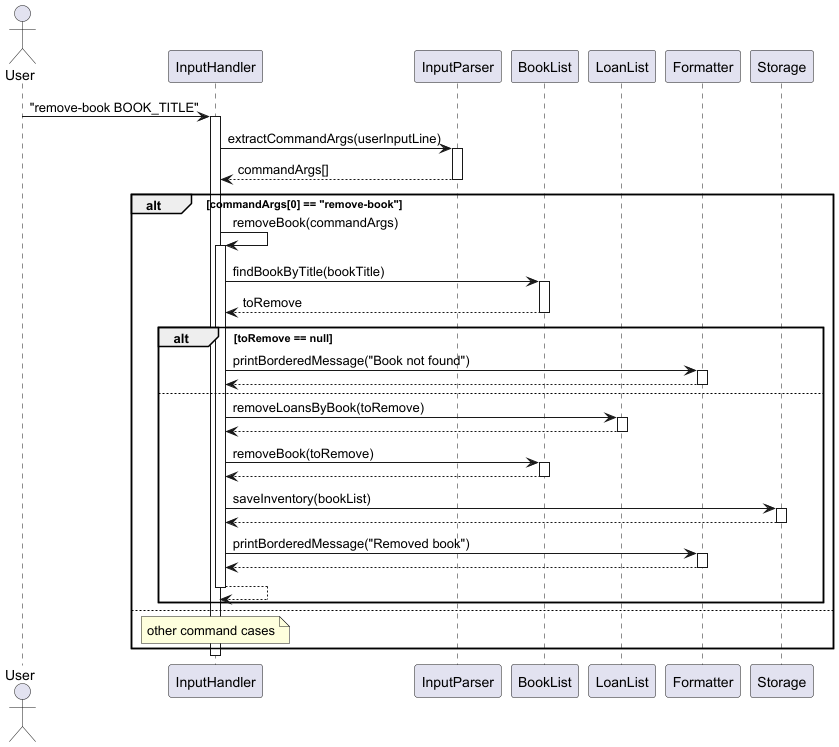
AY2425S2-CS2113-T12-2/tp keeps this PlantUML diagram as docs/images/removeBook.png. Above is the earlier version.
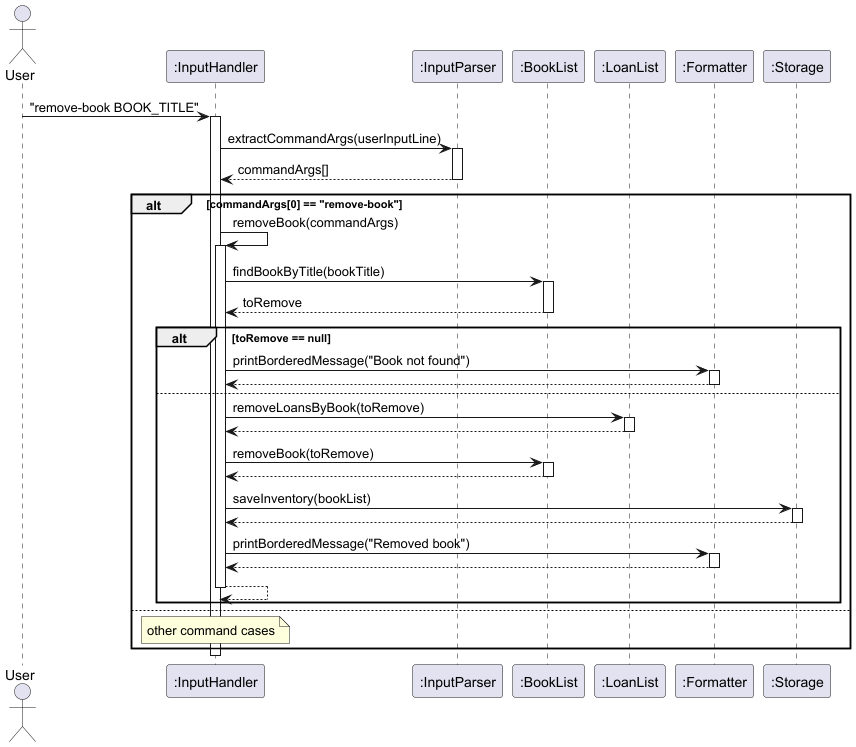
The same diagram one commit later.

What changed in the source:
```diff
@@ -1,11 +1,11 @@
 @startuml
 actor User
-participant InputHandler
-participant InputParser
-participant BookList
-participant LoanList
-participant Formatter
-participant Storage
+participant InputHandler as ":InputHandler"
+participant InputParser as ":InputParser"
+participant BookList as ":BookList"
+participant LoanList as ":LoanList"
+participant Formatter as ":Formatter"
+participant Storage as ":Storage"
 
 User -> InputHandler: "remove-book BOOK_TITLE"
 activate InputHandler
```
